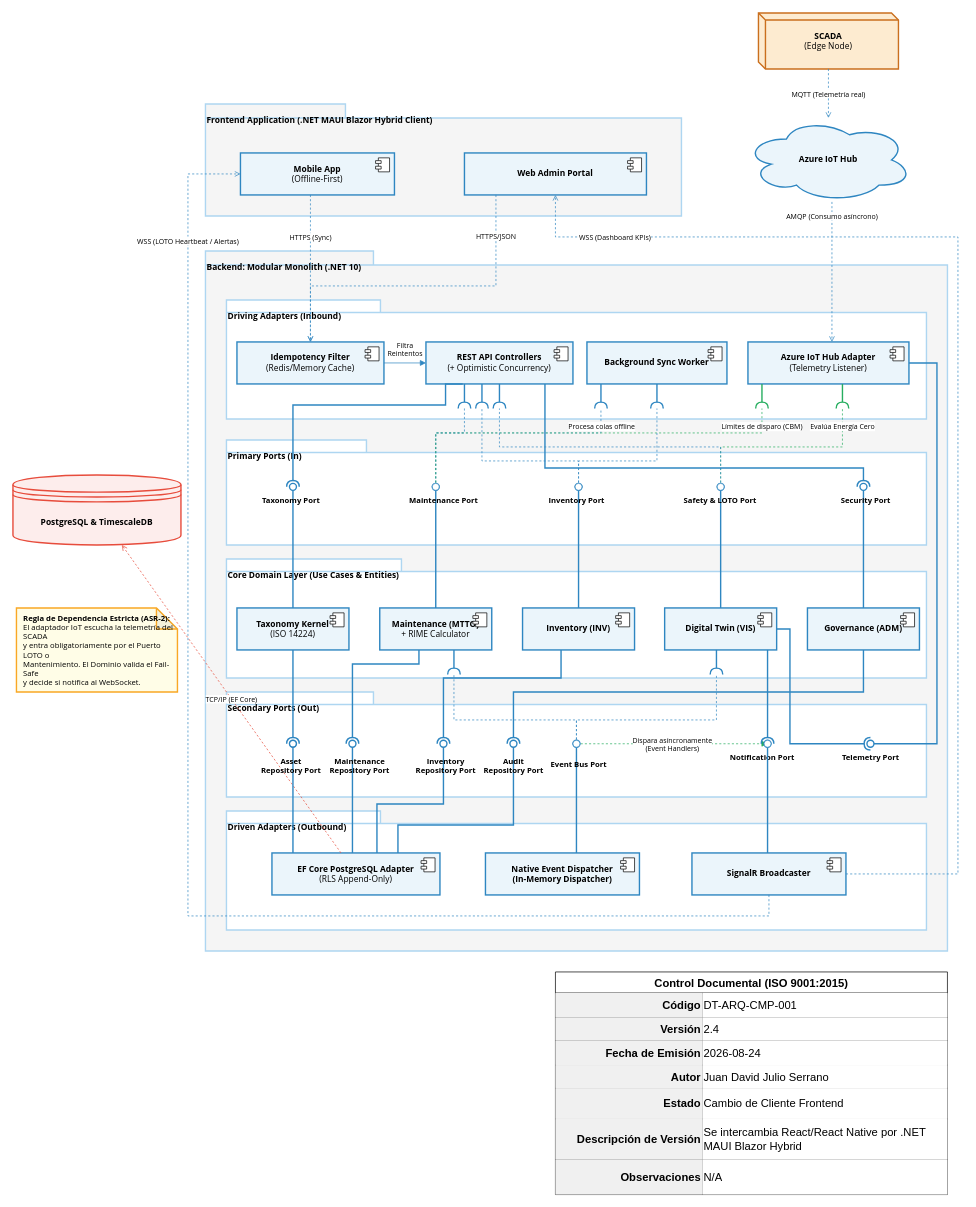
Novav20/adso-dteam-docs keeps this draw.io diagram as page "Ver 2.x" (2 of 2) of architecture/views/DT-ARQ-CMP-001-component-model.drawio. Above is the earlier version. Source tidied: cells renumbered, new cells numbered last; positions are measured from the earlier drawing's top-left corner, leaving out a move shared by most shapes. Both pictures are drawn from the tidied source at 70%, with x=0, y=0 at pixel (13, 13).
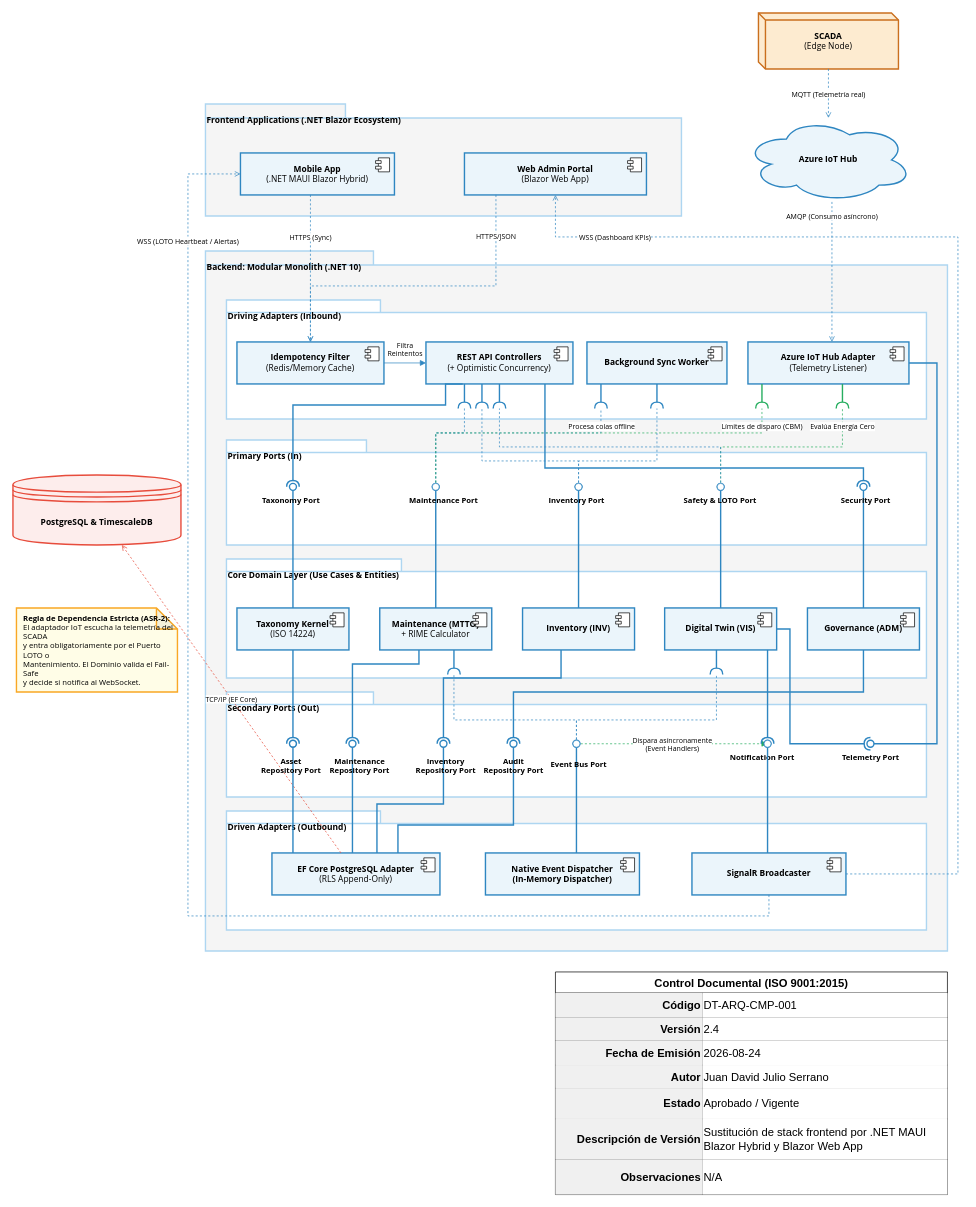
The same diagram, later.

Commit message (it also covers changes not shown here):
docs(arch): resolve consistency audit findings and lock .NET full-stack baseline

The change refers to these unchanged cells:
```xml
<mxCell id="62" style="shape=tableRow;horizontal=0;startSize=0;swimlaneHead=0;swimlaneBody=0;strokeColor=inherit;top=0;left=0;bottom=0;right=0;fillColor=none;fontSize=16;" parent="49" vertex="1">
  <mxGeometry y="166" width="560" height="44" as="geometry" />
</mxCell>
<mxCell id="65" style="shape=tableRow;horizontal=0;startSize=0;swimlaneHead=0;swimlaneBody=0;strokeColor=inherit;top=0;left=0;bottom=0;right=0;fillColor=none;fontSize=16;" parent="49" vertex="1">
  <mxGeometry y="210" width="560" height="58" as="geometry" />
</mxCell>
```

Change to the diagram source:
```diff
@@
-    <mxCell id="2" value="Frontend Application (.NET MAUI Blazor Hybrid Client)" style="shape=folder;fontStyle=1;spacingTop=10;tabWidth=200;tabHeight=20;tabPosition=left;html=1;whiteSpace=wrap;fillColor=#F5F5F5;strokeColor=#AED6F1;strokeWidth=2;fontSize=12;fontFamily=Segoe UI;align=left;verticalAlign=top;" parent="1" vertex="1">
+    <mxCell id="2" value="Frontend Applications (.NET Blazor Ecosystem)" style="shape=folder;fontStyle=1;spacingTop=10;tabWidth=200;tabHeight=20;tabPosition=left;html=1;whiteSpace=wrap;fillColor=#F5F5F5;strokeColor=#AED6F1;strokeWidth=2;fontSize=12;fontFamily=Segoe UI;align=left;verticalAlign=top;" parent="1" vertex="1">
       <mxGeometry x="275" y="130" width="680" height="160" as="geometry" />
     </mxCell>
-    <mxCell id="3" value="&lt;b&gt;Mobile App&lt;/b&gt;&lt;br/&gt;(Offline-First)" style="html=1;whiteSpace=wrap;fillColor=#EBF5FB;strokeColor=#2E86C1;strokeWidth=2;fontSize=12;fontFamily=Segoe UI;" parent="1" vertex="1">
+    <mxCell id="3" value="&lt;b&gt;Mobile App&lt;/b&gt;&lt;br&gt;(.NET MAUI Blazor Hybrid)" style="html=1;whiteSpace=wrap;fillColor=#EBF5FB;strokeColor=#2E86C1;strokeWidth=2;fontSize=12;fontFamily=Segoe UI;" parent="1" vertex="1">
       <mxGeometry x="325" y="200" width="220" height="60" as="geometry" />
     </mxCell>
@@
-    <mxCell id="5" value="&lt;b&gt;Web Admin Portal&lt;/b&gt;" style="html=1;whiteSpace=wrap;fillColor=#EBF5FB;strokeColor=#2E86C1;strokeWidth=2;fontSize=12;fontFamily=Segoe UI;" parent="1" vertex="1">
+    <mxCell id="5" value="&lt;b&gt;Web Admin Portal&lt;/b&gt;&lt;br&gt;(Blazor Web App)" style="html=1;whiteSpace=wrap;fillColor=#EBF5FB;strokeColor=#2E86C1;strokeWidth=2;fontSize=12;fontFamily=Segoe UI;" parent="1" vertex="1">
       <mxGeometry x="645" y="200" width="260" height="60" as="geometry" />
     </mxCell>
@@
-    <mxCell id="64" value="Cambio de Cliente Frontend" style="shape=partialRectangle;html=1;whiteSpace=wrap;strokeColor=inherit;overflow=hidden;fillColor=default;top=0;left=0;bottom=0;right=0;fontSize=16;align=left;" parent="62" vertex="1">
+    <mxCell id="64" value="Aprobado / Vigente" style="shape=partialRectangle;html=1;whiteSpace=wrap;strokeColor=inherit;overflow=hidden;fillColor=default;top=0;left=0;bottom=0;right=0;fontSize=16;align=left;" parent="62" vertex="1">
       <mxGeometry x="210" width="350" height="44" as="geometry" />
     </mxCell>
@@
-    <mxCell id="67" value="Se intercambia React/React Native por .NET MAUI Blazor Hybrid" style="shape=partialRectangle;html=1;whiteSpace=wrap;strokeColor=inherit;overflow=hidden;fillColor=default;top=0;left=0;bottom=0;right=0;fontSize=16;align=left;" parent="65" vertex="1">
+    <mxCell id="67" value="Sustitución de stack frontend por .NET MAUI Blazor Hybrid y Blazor Web App" style="shape=partialRectangle;html=1;whiteSpace=wrap;strokeColor=inherit;overflow=hidden;fillColor=default;top=0;left=0;bottom=0;right=0;fontSize=16;align=left;" parent="65" vertex="1">
       <mxGeometry x="210" width="350" height="58" as="geometry" />
     </mxCell>
```
